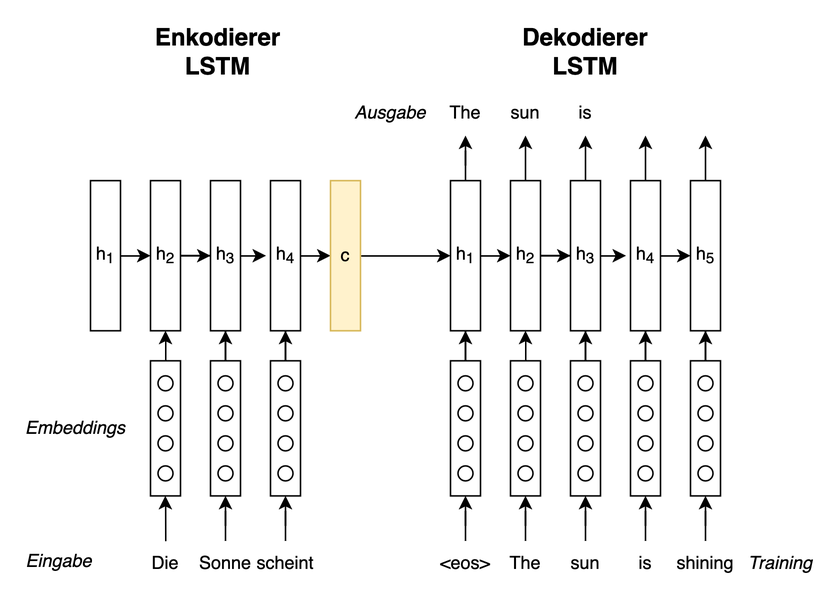
Earlier version of the draw.io export assets/img/seq2seq_ger.png (omseeth/omseeth.github.io). Source tidied: cells renumbered, new cells last; positions are measured from the earlier drawing's top-left corner, leaving out a move shared by most shapes.
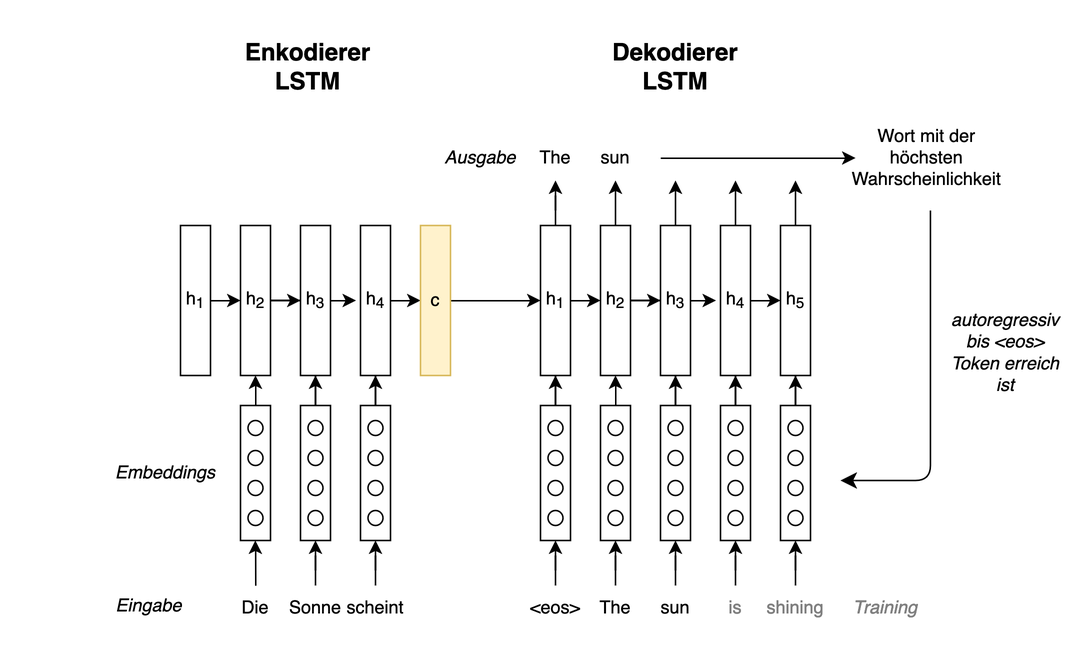
After the commit.

The edit, as a diff of the source:
```diff
@@ -3,7 +3,7 @@
     <mxCell id="0" />
     <mxCell id="1" parent="0" />
     <mxCell id="2" style="rounded=0;whiteSpace=wrap;html=1;strokeColor=none;" parent="1" vertex="1">
-      <mxGeometry width="554" height="400" as="geometry" />
+      <mxGeometry x="-60" y="-30" width="720" height="430" as="geometry" />
     </mxCell>
     <mxCell id="3" style="edgeStyle=orthogonalEdgeStyle;rounded=0;jettySize=auto;html=1;entryX=0;entryY=0.5;entryDx=0;entryDy=0;" parent="1" edge="1" source="4" target="5">
       <mxGeometry relative="1" as="geometry" />
@@ -229,7 +229,7 @@
     <mxCell id="72" style="edgeStyle=orthogonalEdgeStyle;rounded=0;jettySize=auto;html=1;entryX=0.5;entryY=1;entryDx=0;entryDy=0;" parent="1" edge="1" source="73" target="63">
       <mxGeometry relative="1" as="geometry" />
     </mxCell>
-    <mxCell id="73" value="is" style="text;html=1;align=center;verticalAlign=middle;whiteSpace=wrap;rounded=0;" parent="1" vertex="1">
+    <mxCell id="73" value="&lt;font color=&quot;#808080&quot;&gt;is&lt;/font&gt;" style="text;html=1;align=center;verticalAlign=middle;whiteSpace=wrap;rounded=0;" parent="1" vertex="1">
       <mxGeometry x="400" y="360" width="60" height="30" as="geometry" />
     </mxCell>
     <mxCell id="74" style="edgeStyle=orthogonalEdgeStyle;rounded=0;jettySize=auto;html=1;" parent="1" edge="1" source="75" target="48">
@@ -271,7 +271,7 @@
     <mxCell id="86" style="edgeStyle=orthogonalEdgeStyle;rounded=0;jettySize=auto;html=1;entryX=0.5;entryY=1;entryDx=0;entryDy=0;" parent="1" edge="1" source="87" target="81">
       <mxGeometry relative="1" as="geometry" />
     </mxCell>
-    <mxCell id="87" value="shining" style="text;html=1;align=center;verticalAlign=middle;whiteSpace=wrap;rounded=0;" parent="1" vertex="1">
+    <mxCell id="87" value="&lt;font color=&quot;#808080&quot;&gt;shining&lt;/font&gt;" style="text;html=1;align=center;verticalAlign=middle;whiteSpace=wrap;rounded=0;" parent="1" vertex="1">
       <mxGeometry x="440" y="360" width="60" height="30" as="geometry" />
     </mxCell>
     <mxCell id="88" style="edgeStyle=orthogonalEdgeStyle;rounded=0;jettySize=auto;html=1;entryX=0.5;entryY=1;entryDx=0;entryDy=0;" parent="1" edge="1" source="89" target="75">
@@ -283,12 +283,12 @@
     <mxCell id="90" value="The" style="text;html=1;align=center;verticalAlign=middle;whiteSpace=wrap;rounded=0;" parent="1" vertex="1">
       <mxGeometry x="280" y="60" width="60" height="30" as="geometry" />
     </mxCell>
+    <mxCell id="100" style="edgeStyle=orthogonalEdgeStyle;rounded=0;jettySize=auto;html=1;exitX=1;exitY=0.5;exitDx=0;exitDy=0;" parent="1" edge="1" source="91" target="101">
+      <mxGeometry relative="1" as="geometry" />
+    </mxCell>
     <mxCell id="91" value="sun" style="text;html=1;align=center;verticalAlign=middle;whiteSpace=wrap;rounded=0;" parent="1" vertex="1">
       <mxGeometry x="320" y="60" width="60" height="30" as="geometry" />
     </mxCell>
-    <mxCell id="92" value="is" style="text;html=1;align=center;verticalAlign=middle;whiteSpace=wrap;rounded=0;" parent="1" vertex="1">
-      <mxGeometry x="360" y="60" width="60" height="30" as="geometry" />
-    </mxCell>
     <mxCell id="93" style="edgeStyle=orthogonalEdgeStyle;rounded=0;jettySize=auto;html=1;entryX=0.5;entryY=1;entryDx=0;entryDy=0;" parent="1" edge="1" source="35" target="26">
       <mxGeometry relative="1" as="geometry" />
     </mxCell>
@@ -296,10 +296,10 @@
       <mxGeometry x="20" y="270" width="60" height="30" as="geometry" />
     </mxCell>
     <mxCell id="95" value="&lt;font style=&quot;font-size: 16px;&quot;&gt;Enkodierer LSTM&lt;br&gt;&lt;/font&gt;" style="text;html=1;align=center;verticalAlign=middle;whiteSpace=wrap;rounded=0;fontStyle=1;" parent="1" vertex="1">
-      <mxGeometry x="115" y="20" width="60" height="30" as="geometry" />
+      <mxGeometry x="115" width="60" height="30" as="geometry" />
     </mxCell>
     <mxCell id="96" value="&lt;font style=&quot;font-size: 16px;&quot;&gt;Dekodierer LSTM&lt;br&gt;&lt;/font&gt;" style="text;html=1;align=center;verticalAlign=middle;whiteSpace=wrap;rounded=0;fontStyle=1;" parent="1" vertex="1">
-      <mxGeometry x="360" y="20" width="60" height="30" as="geometry" />
+      <mxGeometry x="360" width="60" height="30" as="geometry" />
     </mxCell>
     <mxCell id="97" value="&lt;i&gt;Eingabe&lt;/i&gt;" style="text;whiteSpace=wrap;html=1;" parent="1" vertex="1">
       <mxGeometry x="15" y="360" width="55" height="40" as="geometry" />
@@ -307,8 +307,23 @@
     <mxCell id="98" value="Ausgabe" style="text;html=1;align=center;verticalAlign=middle;whiteSpace=wrap;rounded=0;fontStyle=2;" parent="1" vertex="1">
       <mxGeometry x="230" y="60" width="60" height="30" as="geometry" />
     </mxCell>
-    <mxCell id="99" value="&lt;i&gt;Training&lt;/i&gt;" style="text;html=1;align=center;verticalAlign=middle;whiteSpace=wrap;rounded=0;" parent="1" vertex="1">
-      <mxGeometry x="490" y="360" width="60" height="30" as="geometry" />
+    <mxCell id="99" value="&lt;font color=&quot;#808080&quot;&gt;&lt;i&gt;Training&lt;/i&gt;&lt;/font&gt;" style="text;html=1;align=center;verticalAlign=middle;whiteSpace=wrap;rounded=0;" parent="1" vertex="1">
+      <mxGeometry x="500" y="360" width="60" height="30" as="geometry" />
     </mxCell>
+    <mxCell id="101" value="Wort mit der höchsten Wahrscheinlichkeit" style="text;html=1;align=center;verticalAlign=middle;whiteSpace=wrap;rounded=0;" parent="1" vertex="1">
+      <mxGeometry x="510" y="60" width="95" height="30" as="geometry" />
+    </mxCell>
+    <mxCell id="102" style="edgeStyle=segmentEdgeStyle;endArrow=classic;html=1;curved=0;rounded=1;endSize=8;startSize=8;" parent="1" edge="1">
+      <mxGeometry relative="1" as="geometry">
+        <mxPoint x="560" y="110" as="sourcePoint" />
+        <mxPoint x="500" y="290" as="targetPoint" />
+        <Array as="points">
+          <mxPoint x="560" y="290" />
+        </Array>
+      </mxGeometry>
+    </mxCell>
+    <mxCell id="103" value="&lt;i&gt;autoregressiv bis &amp;lt;eos&amp;gt; Token erreich ist&lt;br&gt;&lt;/i&gt;" style="text;html=1;align=center;verticalAlign=middle;whiteSpace=wrap;rounded=0;" parent="1" vertex="1">
+      <mxGeometry x="570" y="190" width="80" height="30" as="geometry" />
+    </mxCell>
   </root>
 </mxGraphModel>
```
